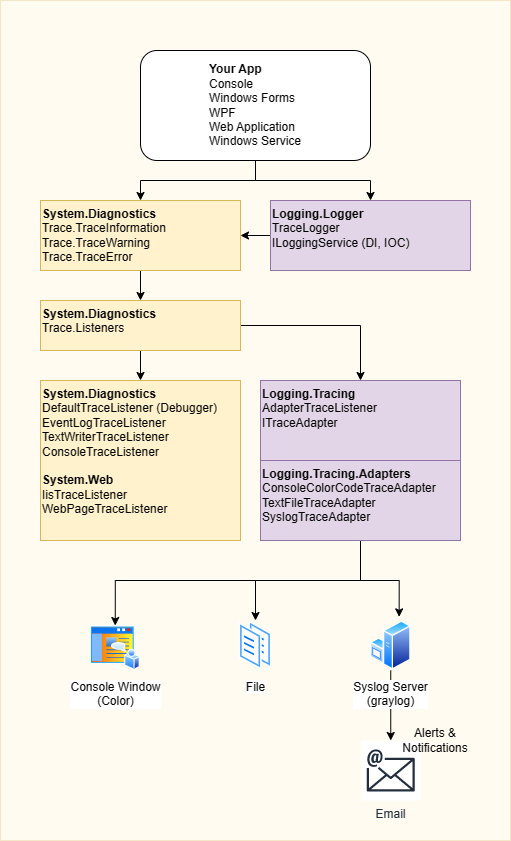
The draw.io diagram Documents/Images/overview.png in omni-trash/syslog, before a commit. Source tidied: cells renumbered, new cells last; positions are measured from the earlier drawing's top-left corner, leaving out a move shared by most shapes.
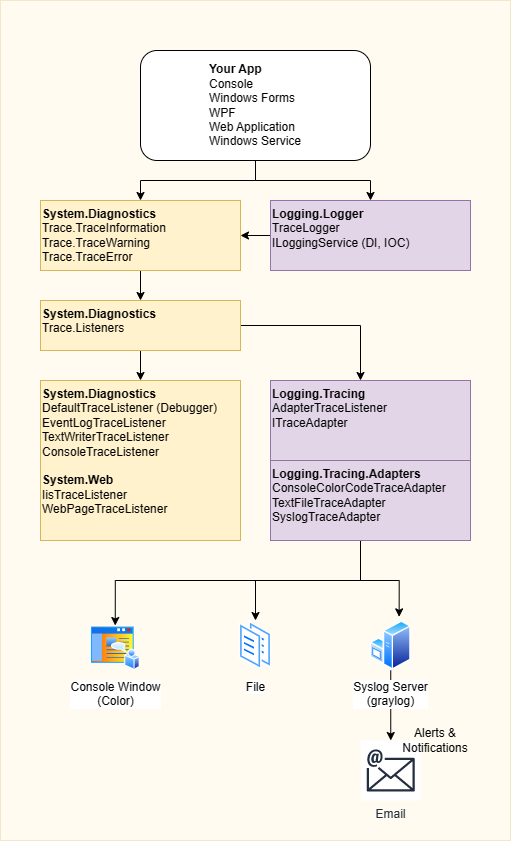
After the change.

The edit, as a diff of the source:
```diff
@@ -23,7 +23,7 @@
     <mxCell id="8" style="edgeStyle=orthogonalEdgeStyle;rounded=0;jettySize=auto;html=1;entryX=0.5;entryY=0;entryDx=0;entryDy=0;" parent="1" edge="1" source="10" target="11">
       <mxGeometry relative="1" as="geometry" />
     </mxCell>
-    <mxCell id="9" style="edgeStyle=orthogonalEdgeStyle;rounded=0;jettySize=auto;html=1;exitX=1;exitY=0.5;exitDx=0;exitDy=0;entryX=0.5;entryY=0;entryDx=0;entryDy=0;" parent="1" edge="1" source="10" target="12">
+    <mxCell id="9" style="edgeStyle=orthogonalEdgeStyle;rounded=0;jettySize=auto;html=1;exitX=1;exitY=0.5;exitDx=0;exitDy=0;entryX=0.45;entryY=0;entryDx=0;entryDy=0;entryPerimeter=0;" parent="1" edge="1" source="10" target="12">
       <mxGeometry relative="1" as="geometry" />
     </mxCell>
     <mxCell id="10" value="&lt;b&gt;System.Diagnostics&lt;/b&gt;&lt;br&gt;Trace.Listeners" style="text;strokeColor=#d6b656;align=left;fillColor=#fff2cc;html=1;verticalAlign=top;whiteSpace=wrap;rounded=0;" parent="1" vertex="1">
@@ -33,7 +33,7 @@
       <mxGeometry x="40" y="380" width="200" height="160" as="geometry" />
     </mxCell>
     <mxCell id="12" value="&lt;b&gt;Logging.Tracing&lt;/b&gt;&lt;br&gt;AdapterTraceListener&lt;br&gt;ITraceAdapter" style="text;strokeColor=#9673a6;align=left;fillColor=#e1d5e7;html=1;verticalAlign=top;whiteSpace=wrap;rounded=0;" parent="1" vertex="1">
-      <mxGeometry x="260" y="380" width="200" height="80" as="geometry" />
+      <mxGeometry x="270" y="380" width="200" height="80" as="geometry" />
     </mxCell>
     <mxCell id="13" style="edgeStyle=orthogonalEdgeStyle;rounded=0;jettySize=auto;html=1;entryX=0.5;entryY=0;entryDx=0;entryDy=0;" parent="1" edge="1" source="16" target="19">
       <mxGeometry relative="1" as="geometry">
@@ -60,7 +60,7 @@
       </mxGeometry>
     </mxCell>
     <mxCell id="16" value="&lt;b&gt;Logging.Tracing.Adapters&lt;/b&gt;&lt;br&gt;ConsoleColorCodeTraceAdapter&lt;br&gt;TextFileTraceAdapter&lt;br&gt;SyslogTraceAdapter" style="text;strokeColor=#9673a6;align=left;fillColor=#e1d5e7;html=1;verticalAlign=top;whiteSpace=wrap;rounded=0;" parent="1" vertex="1">
-      <mxGeometry x="260" y="460" width="200" height="80" as="geometry" />
+      <mxGeometry x="270" y="460" width="200" height="80" as="geometry" />
     </mxCell>
     <mxCell id="17" style="edgeStyle=orthogonalEdgeStyle;rounded=0;jettySize=auto;html=1;entryX=1;entryY=0.5;entryDx=0;entryDy=0;" parent="1" edge="1" source="18" target="7">
       <mxGeometry relative="1" as="geometry" />
```
